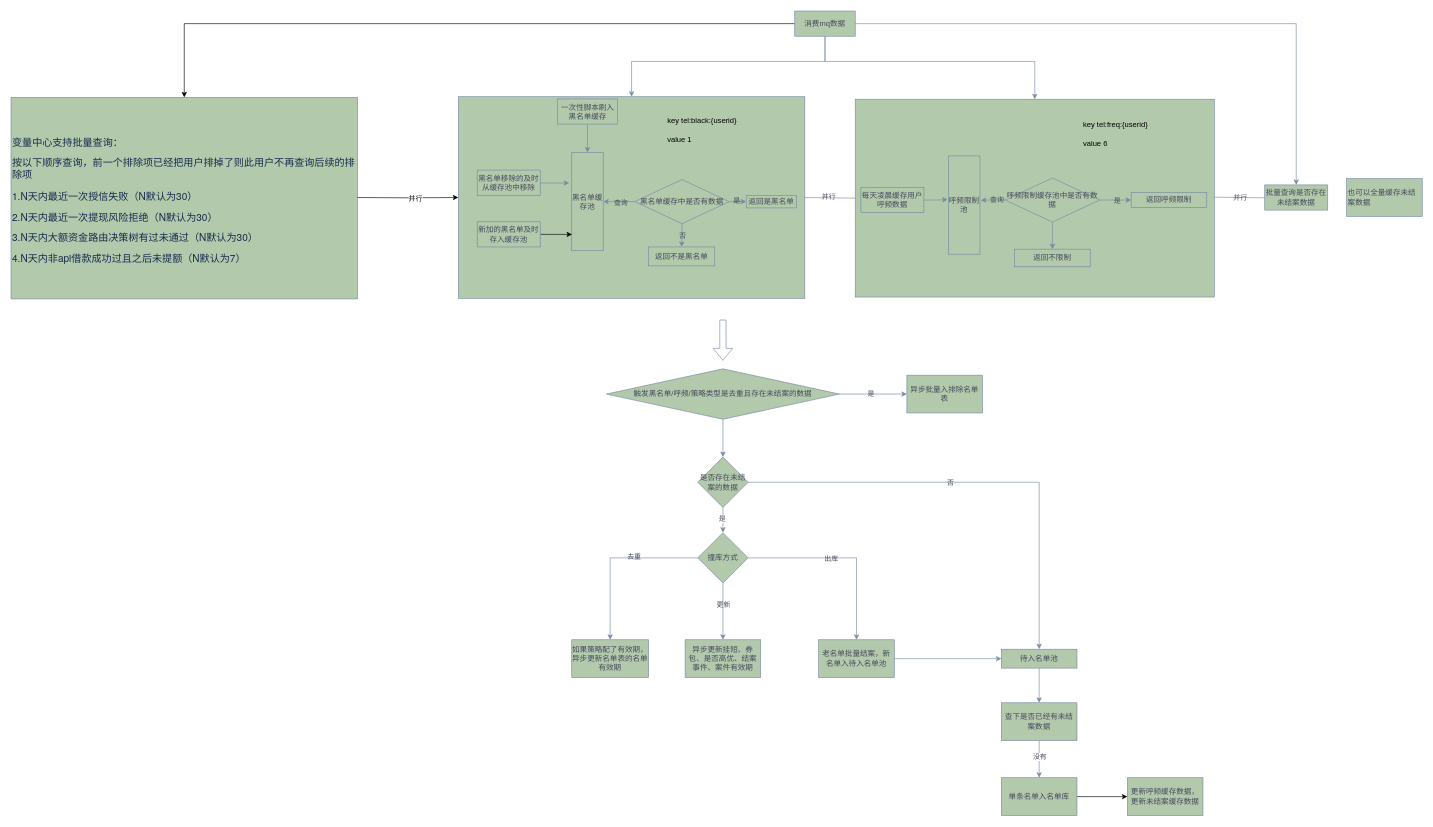
This is 电销v1名单入库流程图.drawio from yuanlj-tea/picgo, a draw.io file, before an edit. Source tidied: cells renumbered, new cells numbered last; positions are measured from the earlier drawing's top-left corner, leaving out a move shared by most shapes. Both pictures are drawn from the tidied source at 63%, with x=0, y=0 at pixel (11, 11).
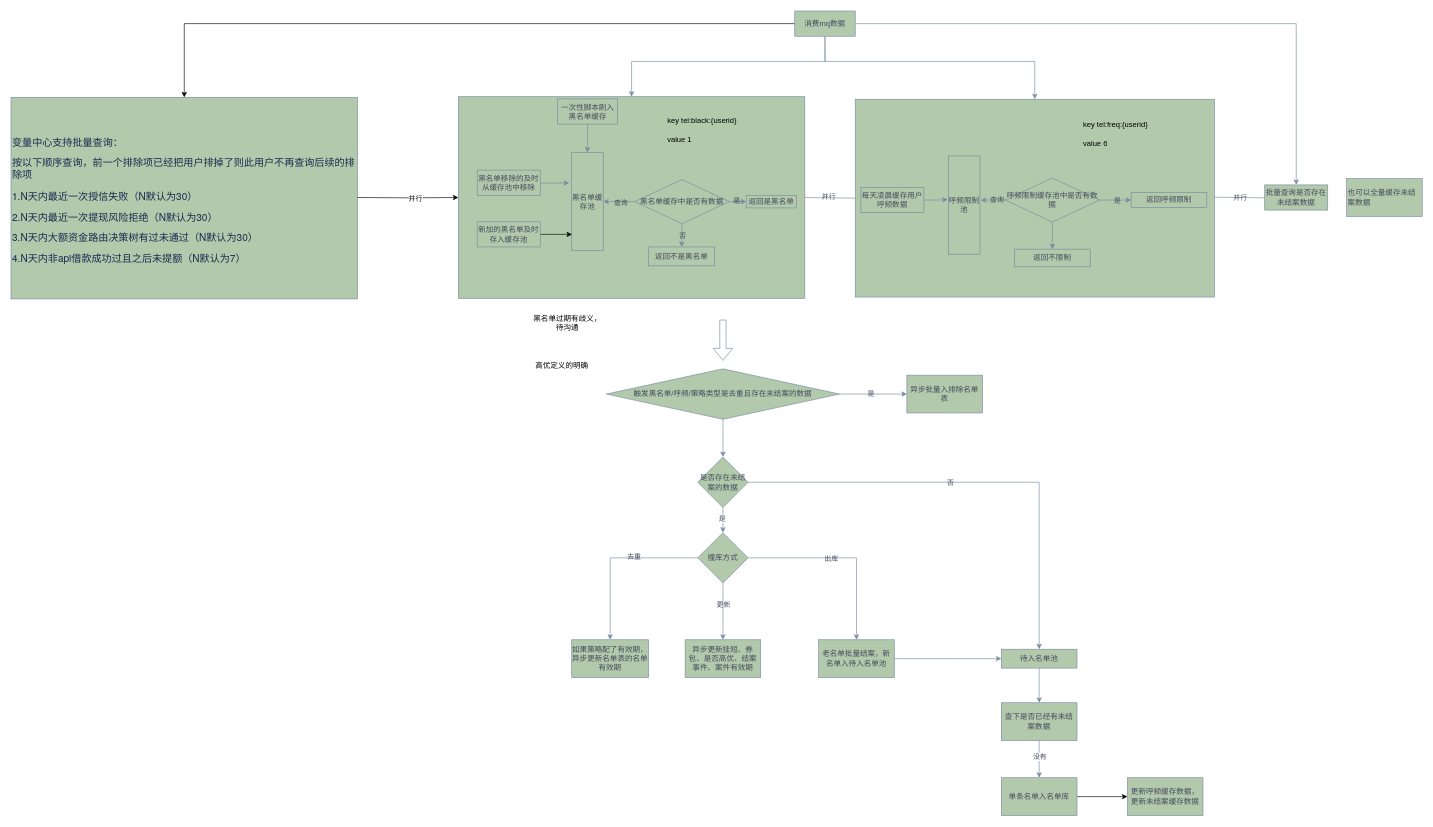
The same diagram, later.

Commit message:
更新电销v1名单入库流程图.drawio

Change to the diagram source:
```diff
@@
+    <mxCell id="80" value="黑名单过期有歧义，待沟通" style="text;html=1;strokeColor=none;fillColor=none;align=center;verticalAlign=middle;whiteSpace=wrap;rounded=0;" parent="1" vertex="1">
+      <mxGeometry x="827" y="480" width="113" height="30" as="geometry" />
+    </mxCell>
+    <mxCell id="81" value="高优定义的明确" style="text;html=1;strokeColor=none;fillColor=none;align=center;verticalAlign=middle;whiteSpace=wrap;rounded=0;" parent="1" vertex="1">
+      <mxGeometry x="818" y="548" width="113" height="30" as="geometry" />
+    </mxCell>
```
